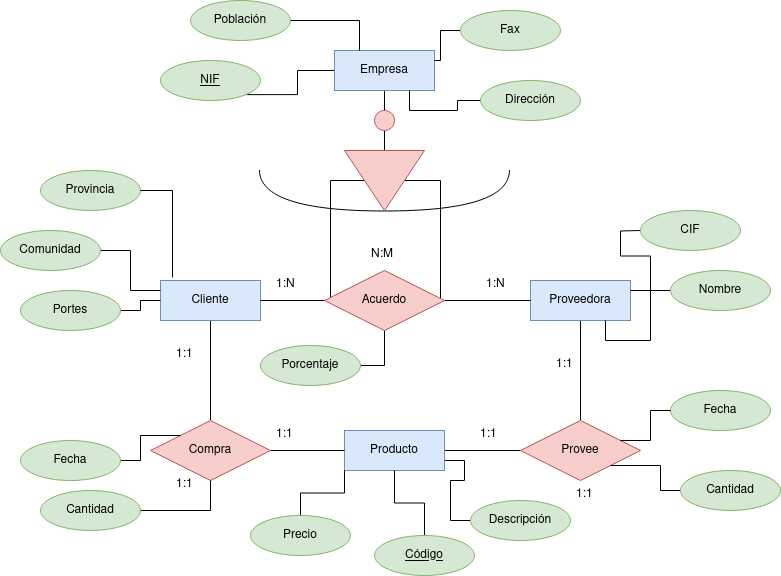
The draw.io diagram Unidad-1/Tareas/Tarea evaluable 3/Tarea entregable 4.drawio.png in GgbGabrielGarcia/Base-Datos, before a commit. Source tidied: cells renumbered, new cells last; positions are measured from the earlier drawing's top-left corner, leaving out a move shared by most shapes.
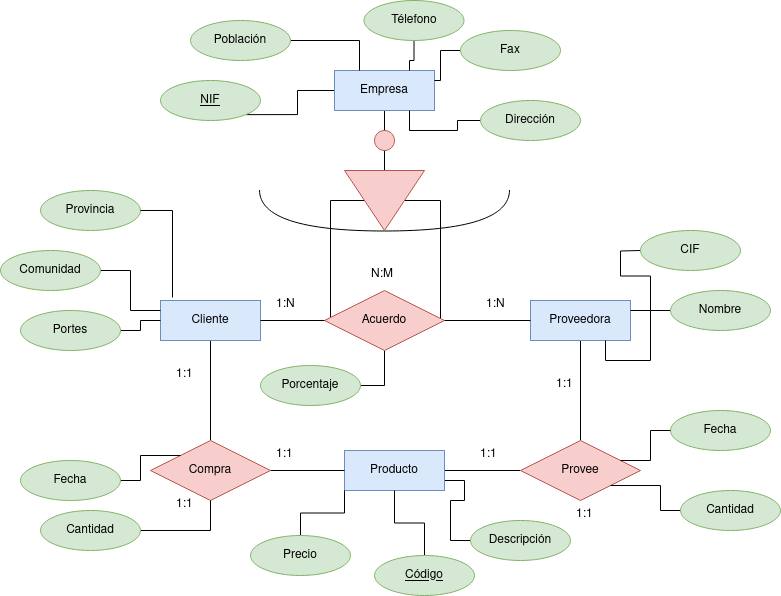
The same diagram one commit later.

Change to the diagram source:
```diff
@@ -199,5 +199,11 @@
     <mxCell id="62" value="CIF" style="ellipse;whiteSpace=wrap;html=1;align=center;fillColor=#d5e8d4;strokeColor=#82b366;" parent="1" vertex="1">
       <mxGeometry x="640" y="210" width="100" height="40" as="geometry" />
     </mxCell>
+    <mxCell id="63" style="edgeStyle=orthogonalEdgeStyle;rounded=0;jettySize=auto;html=1;entryX=0.75;entryY=0;entryDx=0;entryDy=0;endArrow=none;endFill=0;" parent="1" edge="1" source="64" target="5">
+      <mxGeometry relative="1" as="geometry" />
+    </mxCell>
+    <mxCell id="64" value="Télefono" style="ellipse;whiteSpace=wrap;html=1;align=center;fillColor=#d5e8d4;strokeColor=#82b366;" parent="1" vertex="1">
+      <mxGeometry x="363.5" y="-20" width="100" height="40" as="geometry" />
+    </mxCell>
   </root>
 </mxGraphModel>
```
